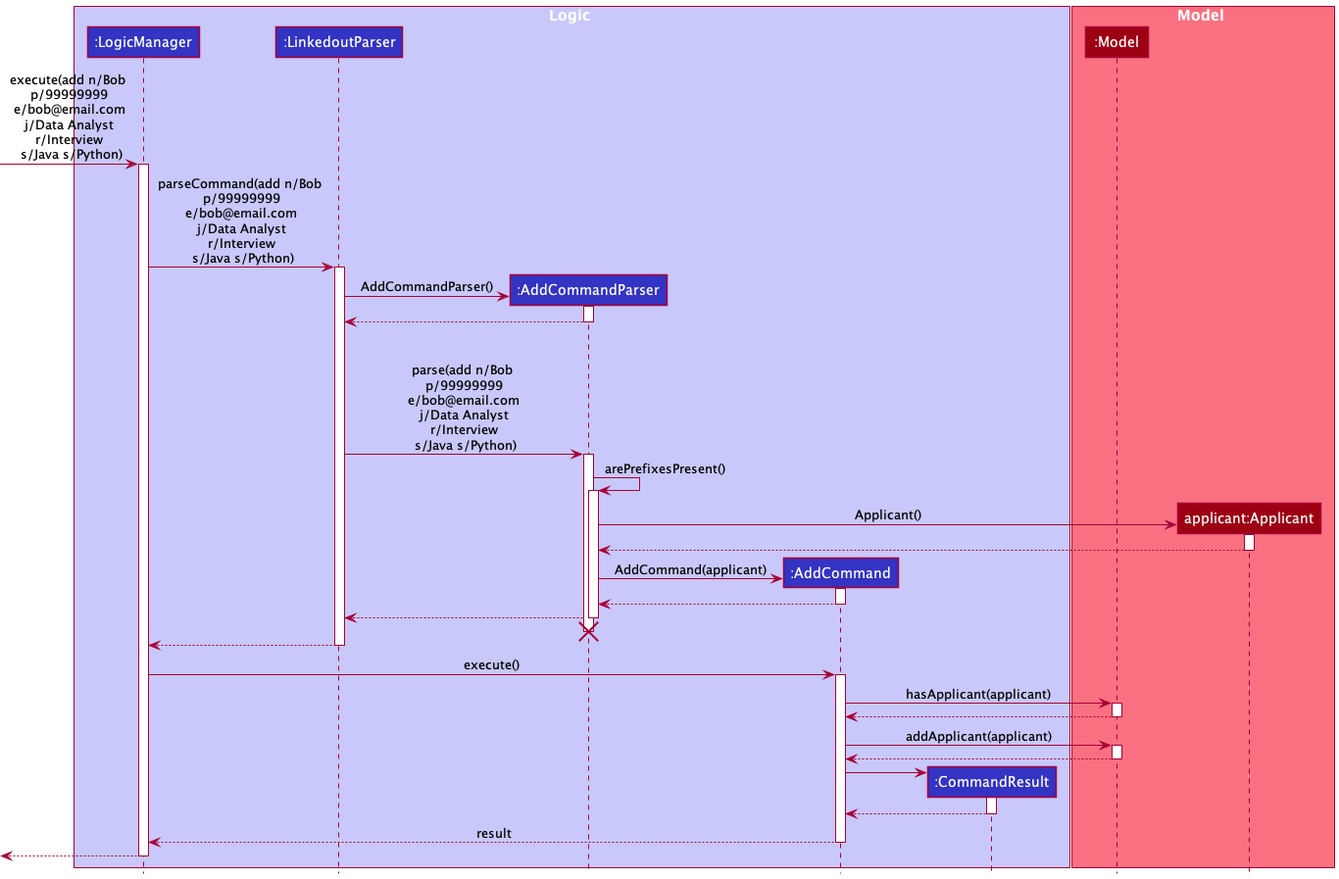
zzhikai/tp keeps this PlantUML diagram as docs/images/AddSequenceDiagram.png. Above is the earlier version.
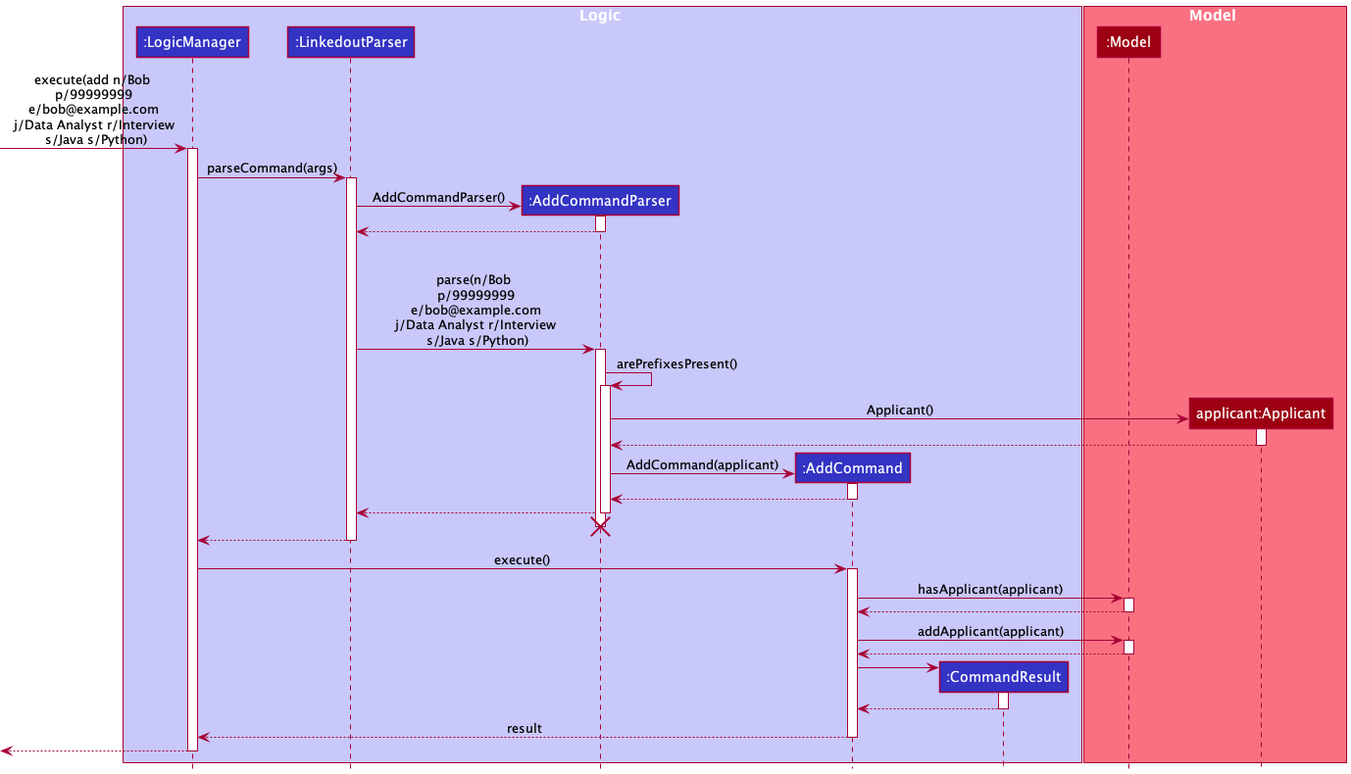
The same file after the commit.

Commit message:
revert wording and use args to replace arguments in sequence diagram

Diff of the diagram source:
```diff
@@ -16,10 +16,10 @@
 participant "applicant:Applicant" as Applicant MODEL_COLOR
 end box
 
-[-> LogicManager : execute(add n/Bob \n p/99999999 \n e/bob@email.com \n j/Data Analyst \n r/Interview \n s/Java s/Python)
+[-> LogicManager : execute(add n/Bob \n p/99999999 \n e/bob@example.com \n j/Data Analyst r/Interview \n s/Java s/Python)
 activate LogicManager
 
-LogicManager -> LinkedoutParser : parseCommand(add n/Bob \n p/99999999 \n e/bob@email.com \n j/Data Analyst \n r/Interview \n s/Java s/Python)
+LogicManager -> LinkedoutParser : parseCommand(args)
 activate LinkedoutParser
 
 create AddCommandParser
@@ -31,7 +31,7 @@
 
 AddCommandParser -[hidden]-> LinkedoutParser: BUFFER_MESSAGE
 
-LinkedoutParser -> AddCommandParser : parse(add n/Bob \n p/99999999 \n e/bob@email.com \n j/Data Analyst \n r/Interview \n s/Java s/Python)
+LinkedoutParser -> AddCommandParser : parse(n/Bob \n p/99999999 \n e/bob@example.com \n j/Data Analyst r/Interview \n s/Java s/Python)
 activate AddCommandParser
 
 
```
